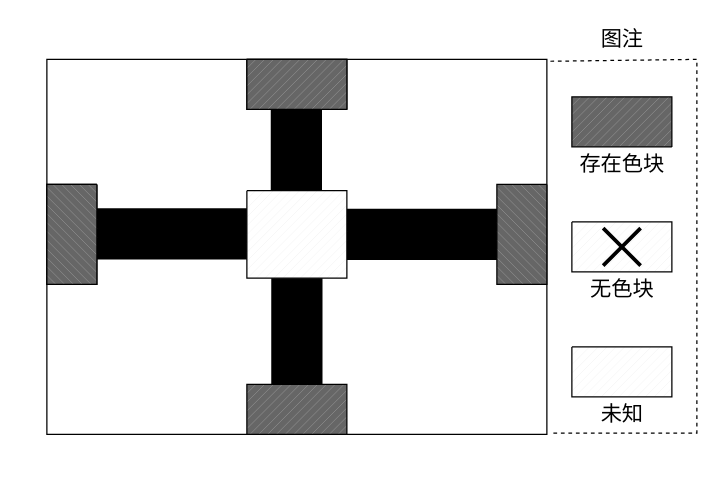
This is Untitled Diagram9.drawio from Thomas-Pynchon/Thomas-Pynchon.github.io, a draw.io file, before an edit. Source tidied: cells renumbered, new cells numbered last; positions are measured from the earlier drawing's top-left corner, leaving out a move shared by most shapes. Both pictures are drawn from the tidied source at 125%, with x=0, y=0 at pixel (21, 21).
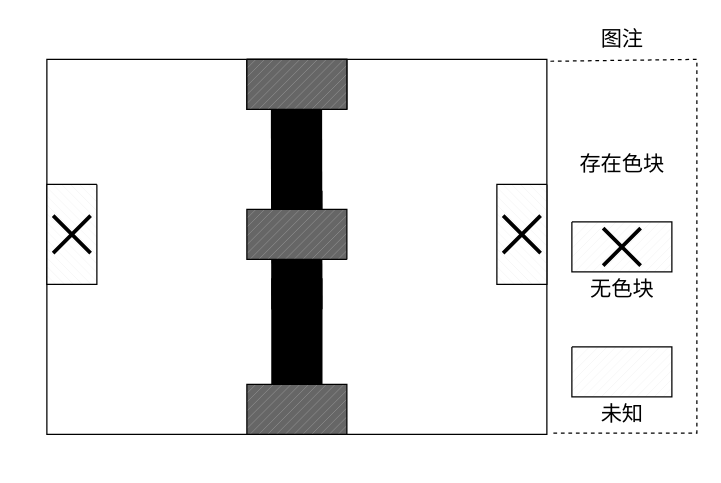
The same page after the edit.

The edit, as a diff of the source:
```diff
@@
     <mxCell id="3" style="endArrow=none;html=1;rounded=0;fontSize=17;endSize=6;jumpSize=7;strokeWidth=41;" parent="1" edge="1">
       <mxGeometry relative="1" as="geometry">
-        <mxPoint x="219.6" y="155" as="sourcePoint" />
+        <mxPoint x="220" y="230" as="sourcePoint" />
         <mxPoint x="219.6" y="30" as="targetPoint" />
       </mxGeometry>
     </mxCell>
-    <mxCell id="4" style="endArrow=none;html=1;rounded=0;fontSize=17;endSize=6;strokeWidth=41;jumpSize=7;exitX=0.5;exitY=0;exitDx=0;exitDy=0;exitPerimeter=0;startArrow=none;" parent="1" edge="1">
-      <mxGeometry relative="1" as="geometry">
-        <mxPoint x="200" y="169.6" as="sourcePoint" />
-        <mxPoint x="20" y="169.6" as="targetPoint" />
-      </mxGeometry>
-    </mxCell>
-    <mxCell id="5" style="endArrow=none;html=1;rounded=0;fontSize=17;endSize=6;strokeWidth=41;jumpSize=7;exitX=0.5;exitY=0;exitDx=0;exitDy=0;exitPerimeter=0;startArrow=none;" parent="1" edge="1" source="21">
-      <mxGeometry relative="1" as="geometry">
-        <mxPoint x="240" y="170" as="targetPoint" />
-      </mxGeometry>
-    </mxCell>
@@
-    <mxCell id="14" style="endArrow=none;html=1;rounded=0;fontSize=17;endSize=6;jumpSize=7;strokeWidth=41;startArrow=none;" parent="1" edge="1" source="17">
+    <mxCell id="14" style="endArrow=none;html=1;rounded=0;fontSize=17;endSize=6;jumpSize=7;strokeWidth=41;startArrow=none;" parent="1" edge="1">
       <mxGeometry relative="1" as="geometry">
+        <mxPoint x="220" y="135" as="sourcePoint" />
         <mxPoint x="220" y="150" as="targetPoint" />
         <Array as="points">
           <mxPoint x="220" y="150" />
         </Array>
       </mxGeometry>
     </mxCell>
@@
     <mxCell id="16" style="verticalLabelPosition=bottom;verticalAlign=top;html=1;shape=mxgraph.basic.patternFillRect;fillStyle=diag;step=5;fillStrokeWidth=0.2;fillStrokeColor=#dddddd;fillColor=#666666;direction=west;" parent="1" vertex="1">
-      <mxGeometry x="440" y="60" width="80" height="40" as="geometry" />
+      <mxGeometry x="180" y="150" width="80" height="40" as="geometry" />
     </mxCell>
-    <mxCell id="17" style="verticalLabelPosition=bottom;verticalAlign=top;html=1;shape=mxgraph.basic.patternFillRect;fillStyle=diag;step=5;fillStrokeWidth=0.2;fillStrokeColor=#dddddd;fillColor=#FFFFFF;rotation=0;" parent="1" vertex="1">
-      <mxGeometry x="180" y="135" width="80" height="70" as="geometry" />
-    </mxCell>
-    <mxCell id="18" style="endArrow=none;html=1;rounded=0;fontSize=17;endSize=6;jumpSize=7;strokeWidth=41;" parent="1" edge="1" target="17">
+    <mxCell id="18" style="endArrow=none;html=1;rounded=0;fontSize=17;endSize=6;jumpSize=7;strokeWidth=41;" parent="1" edge="1">
       <mxGeometry relative="1" as="geometry">
         <mxPoint x="220" y="330" as="sourcePoint" />
+        <mxPoint x="220" y="205" as="targetPoint" />
       </mxGeometry>
     </mxCell>
@@
-    <mxCell id="21" style="verticalLabelPosition=bottom;verticalAlign=top;html=1;shape=mxgraph.basic.patternFillRect;fillStyle=diag;step=5;fillStrokeWidth=0.2;fillStrokeColor=#dddddd;fillColor=#666666;direction=south;" parent="1" vertex="1">
-      <mxGeometry x="380" y="130" width="40" height="80" as="geometry" />
-    </mxCell>
@@
-    <mxCell id="24" style="verticalLabelPosition=bottom;verticalAlign=top;html=1;shape=mxgraph.basic.patternFillRect;fillStyle=diag;step=5;fillStrokeWidth=0.2;fillStrokeColor=#dddddd;fillColor=#666666;direction=south;" parent="1" vertex="1">
-      <mxGeometry x="20" y="130" width="40" height="80" as="geometry" />
-    </mxCell>
@@
+    <mxCell id="26" style="verticalLabelPosition=bottom;verticalAlign=top;html=1;shape=mxgraph.basic.patternFillRect;fillStyle=diag;step=5;fillStrokeWidth=0.2;fillStrokeColor=#dddddd;fillColor=#FFFFFF;rotation=90;" parent="1" vertex="1">
+      <mxGeometry x="360" y="150" width="80" height="40" as="geometry" />
+    </mxCell>
+    <mxCell id="27" style="shape=umlDestroy;whiteSpace=wrap;html=1;strokeWidth=3;fillColor=#FFFFFF;" parent="1" vertex="1">
+      <mxGeometry x="385" y="155" width="30" height="30" as="geometry" />
+    </mxCell>
```
